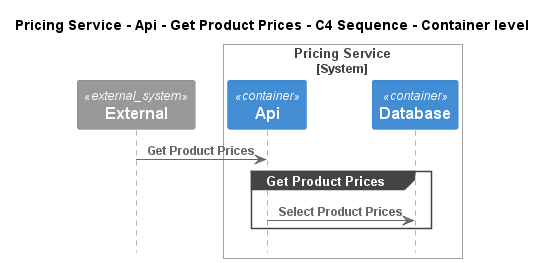
The PlantUML diagram e-commerce-platform/Software Systems/Pricing Service/Containers/Api/Interfaces/Get Product Prices/Container - C4 Sequence.png in C4InterFlow/architecture-as-code-samples, before a commit.
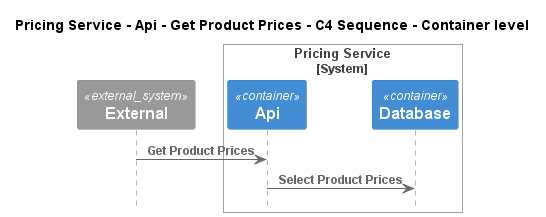
Later version of the same file.

What changed in the source:
```diff
@@ -12,9 +12,7 @@
 Boundary_End()
 
 Rel(C4InterFlow.SoftwareSystems.ExternalSystem, ECommercePlatform.SoftwareSystems.PricingService.Containers.Api, "Get Product Prices")
-group Get Product Prices
 Rel(ECommercePlatform.SoftwareSystems.PricingService.Containers.Api, ECommercePlatform.SoftwareSystems.PricingService.Containers.Database, "Select Product Prices")
-end
 
 
 @enduml
```
